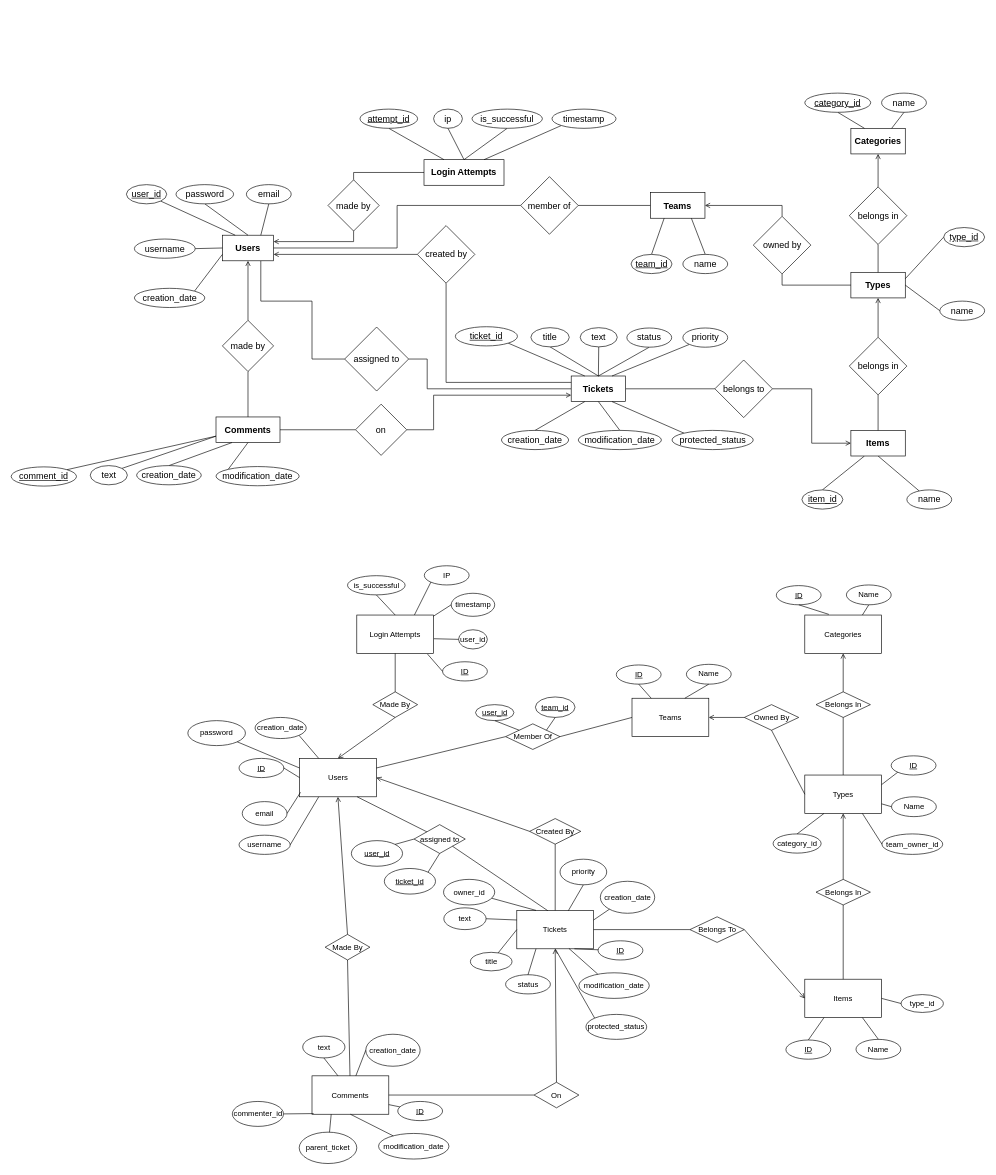
The draw.io diagram docs/ER Diagram/ER Diagram Draft.drawio in CS157-26/CS157-26, before the edit. Source tidied: cells renumbered, new cells numbered last; positions are measured from the earlier drawing's top-left corner, leaving out a move shared by most shapes. Both pictures are drawn from the tidied source at 64%, with x=0, y=0 at pixel (11, 93).
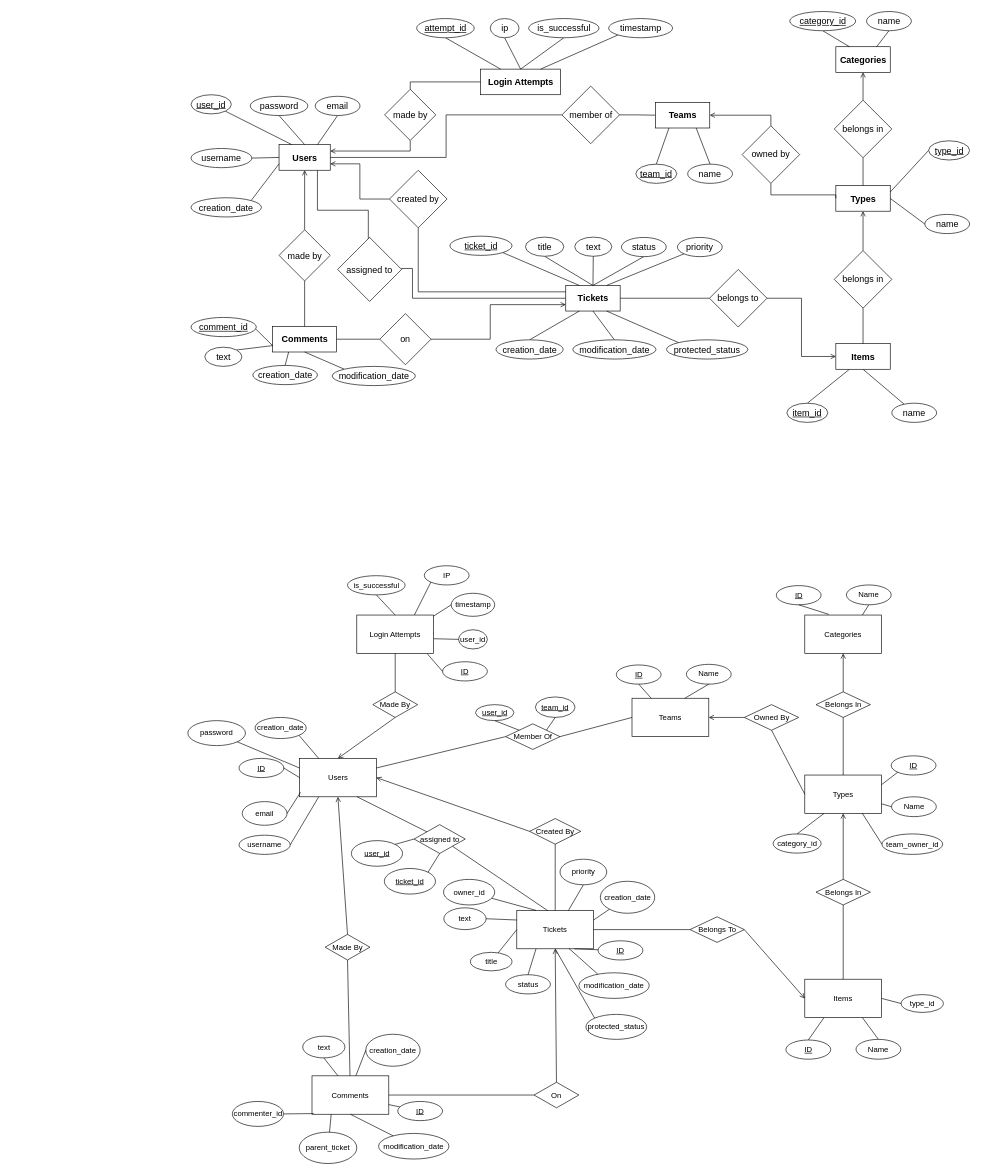
The same page after the edit.

Commit message:
small tweaks to layout

Change to the diagram source:
```diff
@@
     <mxCell id="120" style="edgeStyle=orthogonalEdgeStyle;rounded=0;jettySize=auto;html=1;exitX=1;exitY=0.25;exitDx=0;exitDy=0;entryX=0.5;entryY=1;entryDx=0;entryDy=0;endArrow=none;endFill=0;fontSize=14;startArrow=open;startFill=0;" parent="1" edge="1" source="122" target="143">
       <mxGeometry relative="1" as="geometry">
         <Array as="points">
-          <mxPoint x="535" y="232" />
+          <mxPoint x="623.5" y="90.5" />
         </Array>
       </mxGeometry>
     </mxCell>
-    <mxCell id="121" style="edgeStyle=orthogonalEdgeStyle;rounded=0;jettySize=auto;html=1;exitX=0.75;exitY=1;exitDx=0;exitDy=0;entryX=0;entryY=0.5;entryDx=0;entryDy=0;startArrow=none;startFill=0;endArrow=none;endFill=0;fontSize=14;" parent="1" edge="1" source="122" target="157">
+    <mxCell id="121" style="edgeStyle=orthogonalEdgeStyle;rounded=0;jettySize=auto;html=1;exitX=0.75;exitY=1;exitDx=0;exitDy=0;entryX=0.5;entryY=0;entryDx=0;entryDy=0;startArrow=none;startFill=0;endArrow=none;endFill=0;fontSize=14;" parent="1" edge="1" source="122" target="157">
       <mxGeometry relative="1" as="geometry">
         <Array as="points">
-          <mxPoint x="390" y="325" />
-          <mxPoint x="470" y="325" />
-          <mxPoint x="470" y="416" />
+          <mxPoint x="478" y="183" />
+          <mxPoint x="558" y="183" />
+          <mxPoint x="558" y="274" />
+          <mxPoint x="560" y="274" />
         </Array>
       </mxGeometry>
     </mxCell>
     <mxCell id="122" value="&lt;b&gt;Users&lt;/b&gt;" style="rounded=0;whiteSpace=wrap;html=1;fontSize=14;" parent="1" vertex="1">
-      <mxGeometry x="330" y="222" width="80" height="40" as="geometry" />
+      <mxGeometry x="418.5" y="80.5" width="80" height="40" as="geometry" />
     </mxCell>
@@
     <mxCell id="124" value="user_id" style="ellipse;whiteSpace=wrap;html=1;fontSize=14;fontStyle=4;" parent="1" vertex="1">
-      <mxGeometry x="180" y="143" width="63" height="30" as="geometry" />
+      <mxGeometry x="281" y="2.5" width="63" height="30" as="geometry" />
     </mxCell>
@@
     <mxCell id="126" value="password" style="ellipse;whiteSpace=wrap;html=1;fontSize=14;fontStyle=0;" parent="1" vertex="1">
-      <mxGeometry x="257.5" y="143" width="90" height="30" as="geometry" />
+      <mxGeometry x="373.5" y="5" width="90" height="30" as="geometry" />
     </mxCell>
@@
     <mxCell id="128" value="email" style="ellipse;whiteSpace=wrap;html=1;fontSize=14;fontStyle=0;" parent="1" vertex="1">
-      <mxGeometry x="367.5" y="143" width="70" height="30" as="geometry" />
+      <mxGeometry x="475" y="5" width="70" height="30" as="geometry" />
     </mxCell>
@@
     <mxCell id="130" value="username" style="ellipse;whiteSpace=wrap;html=1;fontSize=14;fontStyle=0;" parent="1" vertex="1">
-      <mxGeometry x="192.5" y="228" width="95" height="30" as="geometry" />
+      <mxGeometry x="281" y="86.5" width="95" height="30" as="geometry" />
     </mxCell>
@@
     <mxCell id="132" value="creation_date" style="ellipse;whiteSpace=wrap;html=1;fontSize=14;fontStyle=0;" parent="1" vertex="1">
-      <mxGeometry x="192.5" y="305" width="110" height="30" as="geometry" />
+      <mxGeometry x="281" y="163.5" width="110" height="30" as="geometry" />
     </mxCell>
     <mxCell id="133" value="Login Attempts" style="rounded=0;whiteSpace=wrap;html=1;fontSize=14;fontStyle=1;" parent="1" vertex="1">
-      <mxGeometry x="645" y="104" width="125" height="40" as="geometry" />
+      <mxGeometry x="733.5" y="-37.5" width="125" height="40" as="geometry" />
     </mxCell>
@@
     <mxCell id="135" value="is_successful" style="ellipse;whiteSpace=wrap;html=1;fontSize=14;fontStyle=0;" parent="1" vertex="1">
-      <mxGeometry x="720" y="25" width="110" height="30" as="geometry" />
+      <mxGeometry x="808.5" y="-116.5" width="110" height="30" as="geometry" />
     </mxCell>
@@
     <mxCell id="137" value="ip" style="ellipse;whiteSpace=wrap;html=1;fontSize=14;fontStyle=0;" parent="1" vertex="1">
-      <mxGeometry x="660" y="25" width="45" height="30" as="geometry" />
+      <mxGeometry x="748.5" y="-116.5" width="45" height="30" as="geometry" />
     </mxCell>
@@
     <mxCell id="139" value="timestamp" style="ellipse;whiteSpace=wrap;html=1;fontSize=14;fontStyle=0;" parent="1" vertex="1">
-      <mxGeometry x="845" y="25" width="100" height="30" as="geometry" />
+      <mxGeometry x="933.5" y="-116.5" width="100" height="30" as="geometry" />
     </mxCell>
@@
     <mxCell id="141" value="attempt_id" style="ellipse;whiteSpace=wrap;html=1;fontSize=14;fontStyle=4;" parent="1" vertex="1">
-      <mxGeometry x="545" y="25" width="90" height="30" as="geometry" />
+      <mxGeometry x="633.5" y="-116.5" width="90" height="30" as="geometry" />
     </mxCell>
     <mxCell id="142" style="edgeStyle=orthogonalEdgeStyle;rounded=0;jettySize=auto;html=1;exitX=0.5;exitY=0;exitDx=0;exitDy=0;entryX=0;entryY=0.5;entryDx=0;entryDy=0;endArrow=none;endFill=0;fontSize=14;" parent="1" edge="1" source="143" target="133">
       <mxGeometry relative="1" as="geometry">
         <Array as="points">
-          <mxPoint x="535" y="124" />
+          <mxPoint x="623.5" y="-17.5" />
         </Array>
       </mxGeometry>
     </mxCell>
     <mxCell id="143" value="made by" style="rhombus;whiteSpace=wrap;html=1;fontSize=14;" parent="1" vertex="1">
-      <mxGeometry x="495" y="135.5" width="80" height="80" as="geometry" />
+      <mxGeometry x="583.5" y="-6" width="80" height="80" as="geometry" />
     </mxCell>
     <mxCell id="144" value="&lt;b&gt;Comments&lt;/b&gt;" style="rounded=0;whiteSpace=wrap;html=1;fontSize=14;" parent="1" vertex="1">
-      <mxGeometry x="320" y="506" width="100" height="40" as="geometry" />
+      <mxGeometry x="408.5" y="364.5" width="100" height="40" as="geometry" />
     </mxCell>
@@
     <mxCell id="147" value="made by" style="rhombus;whiteSpace=wrap;html=1;fontSize=14;" parent="1" vertex="1">
-      <mxGeometry x="330" y="355" width="80" height="80" as="geometry" />
+      <mxGeometry x="418.5" y="213.5" width="80" height="80" as="geometry" />
     </mxCell>
@@
     <mxCell id="149" value="&lt;u&gt;comment_id&lt;/u&gt;" style="ellipse;whiteSpace=wrap;html=1;fontSize=14;fontStyle=0;" parent="1" vertex="1">
-      <mxGeometry y="584" width="102" height="30" as="geometry" />
+      <mxGeometry x="281" y="350.5" width="102" height="30" as="geometry" />
     </mxCell>
@@
     <mxCell id="151" value="text" style="ellipse;whiteSpace=wrap;html=1;fontSize=14;fontStyle=0;" parent="1" vertex="1">
-      <mxGeometry x="123.5" y="582" width="58" height="30" as="geometry" />
+      <mxGeometry x="302.5" y="397" width="58" height="30" as="geometry" />
     </mxCell>
@@
     <mxCell id="153" value="creation_date" style="ellipse;whiteSpace=wrap;html=1;fontSize=14;fontStyle=0;" parent="1" vertex="1">
-      <mxGeometry x="196" y="582" width="101" height="30" as="geometry" />
+      <mxGeometry x="377.5" y="425.5" width="101" height="30" as="geometry" />
     </mxCell>
@@
     <mxCell id="155" value="modification_date" style="ellipse;whiteSpace=wrap;html=1;fontSize=14;fontStyle=0;" parent="1" vertex="1">
-      <mxGeometry x="320" y="583.5" width="130" height="30" as="geometry" />
+      <mxGeometry x="501.5" y="427" width="130" height="30" as="geometry" />
     </mxCell>
     <mxCell id="156" style="edgeStyle=orthogonalEdgeStyle;rounded=0;jettySize=auto;html=1;exitX=1;exitY=0.5;exitDx=0;exitDy=0;entryX=0;entryY=0.5;entryDx=0;entryDy=0;startArrow=none;startFill=0;endArrow=none;endFill=0;fontSize=14;" parent="1" edge="1" source="157" target="159">
       <mxGeometry relative="1" as="geometry">
         <Array as="points">
-          <mxPoint x="650" y="416" />
-          <mxPoint x="650" y="462" />
+          <mxPoint x="610" y="274" />
+          <mxPoint x="627" y="274" />
+          <mxPoint x="627" y="320" />
         </Array>
       </mxGeometry>
     </mxCell>
     <mxCell id="157" value="assigned to" style="rhombus;whiteSpace=wrap;html=1;fontSize=14;" parent="1" vertex="1">
-      <mxGeometry x="521" y="365.5" width="100" height="100" as="geometry" />
+      <mxGeometry x="510" y="225.5" width="100" height="100" as="geometry" />
     </mxCell>
@@
     <mxCell id="159" value="&lt;b&gt;Tickets&lt;/b&gt;" style="rounded=0;whiteSpace=wrap;html=1;fontSize=14;" parent="1" vertex="1">
-      <mxGeometry x="875" y="442" width="85" height="40" as="geometry" />
+      <mxGeometry x="866.5" y="300.5" width="85" height="40" as="geometry" />
     </mxCell>
@@
     <mxCell id="161" value="ticket_id" style="ellipse;whiteSpace=wrap;html=1;fontSize=14;fontStyle=4;" parent="1" vertex="1">
-      <mxGeometry x="694" y="365" width="97" height="30" as="geometry" />
+      <mxGeometry x="685.5" y="223.5" width="97" height="30" as="geometry" />
     </mxCell>
@@
     <mxCell id="163" value="text" style="ellipse;whiteSpace=wrap;html=1;fontSize=14;fontStyle=0;" parent="1" vertex="1">
-      <mxGeometry x="889" y="366.5" width="58" height="30" as="geometry" />
+      <mxGeometry x="880.5" y="225" width="58" height="30" as="geometry" />
     </mxCell>
@@
     <mxCell id="165" value="title" style="ellipse;whiteSpace=wrap;html=1;fontSize=14;fontStyle=0;" parent="1" vertex="1">
-      <mxGeometry x="812" y="366.5" width="60" height="30" as="geometry" />
+      <mxGeometry x="803.5" y="225" width="60" height="30" as="geometry" />
     </mxCell>
@@
     <mxCell id="167" value="status" style="ellipse;whiteSpace=wrap;html=1;fontSize=14;fontStyle=0;" parent="1" vertex="1">
-      <mxGeometry x="962" y="367" width="70" height="30" as="geometry" />
+      <mxGeometry x="953.5" y="225.5" width="70" height="30" as="geometry" />
     </mxCell>
@@
     <mxCell id="169" value="modification_date" style="ellipse;whiteSpace=wrap;html=1;fontSize=14;fontStyle=0;" parent="1" vertex="1">
-      <mxGeometry x="886" y="527" width="130" height="30" as="geometry" />
+      <mxGeometry x="877.5" y="385.5" width="130" height="30" as="geometry" />
     </mxCell>
@@
     <mxCell id="171" value="priority" style="ellipse;whiteSpace=wrap;html=1;fontSize=14;fontStyle=0;" parent="1" vertex="1">
-      <mxGeometry x="1049.5" y="367" width="70" height="30" as="geometry" />
+      <mxGeometry x="1041" y="225.5" width="70" height="30" as="geometry" />
     </mxCell>
@@
     <mxCell id="173" value="creation_date" style="ellipse;whiteSpace=wrap;html=1;fontSize=14;fontStyle=0;" parent="1" vertex="1">
-      <mxGeometry x="766" y="527" width="105" height="30" as="geometry" />
+      <mxGeometry x="757.5" y="385.5" width="105" height="30" as="geometry" />
     </mxCell>
@@
     <mxCell id="175" value="protected_status" style="ellipse;whiteSpace=wrap;html=1;fontSize=14;fontStyle=0;" parent="1" vertex="1">
-      <mxGeometry x="1032.5" y="527" width="127" height="30" as="geometry" />
+      <mxGeometry x="1024" y="385.5" width="127" height="30" as="geometry" />
     </mxCell>
@@
     <mxCell id="178" value="created by" style="rhombus;whiteSpace=wrap;html=1;fontSize=14;" parent="1" vertex="1">
-      <mxGeometry x="634.5" y="207" width="90" height="90" as="geometry" />
+      <mxGeometry x="591" y="120.5" width="90" height="90" as="geometry" />
     </mxCell>
     <mxCell id="179" style="edgeStyle=orthogonalEdgeStyle;rounded=0;jettySize=auto;html=1;exitX=1;exitY=0.5;exitDx=0;exitDy=0;entryX=0;entryY=0.75;entryDx=0;entryDy=0;startArrow=none;startFill=0;endArrow=open;endFill=0;fontSize=14;" parent="1" edge="1" source="181" target="159">
       <mxGeometry relative="1" as="geometry">
         <Array as="points">
-          <mxPoint x="660" y="526" />
-          <mxPoint x="660" y="472" />
+          <mxPoint x="748.5" y="384.5" />
+          <mxPoint x="748.5" y="330.5" />
         </Array>
       </mxGeometry>
     </mxCell>
@@
     <mxCell id="181" value="on" style="rhombus;whiteSpace=wrap;html=1;fontSize=14;" parent="1" vertex="1">
-      <mxGeometry x="538" y="486" width="80" height="80" as="geometry" />
+      <mxGeometry x="576" y="344.5" width="80" height="80" as="geometry" />
     </mxCell>
@@
     <mxCell id="184" value="member of" style="rhombus;whiteSpace=wrap;html=1;fontSize=14;" parent="1" vertex="1">
-      <mxGeometry x="796" y="130.5" width="90" height="90" as="geometry" />
+      <mxGeometry x="860.5" y="-11" width="90" height="90" as="geometry" />
     </mxCell>
     <mxCell id="185" value="&lt;b&gt;Teams&lt;/b&gt;" style="rounded=0;whiteSpace=wrap;html=1;fontSize=14;" parent="1" vertex="1">
-      <mxGeometry x="999" y="155.5" width="85" height="40" as="geometry" />
+      <mxGeometry x="1006.5" y="14.5" width="85" height="40" as="geometry" />
     </mxCell>
@@
     <mxCell id="187" value="name" style="ellipse;whiteSpace=wrap;html=1;fontSize=14;fontStyle=0;" parent="1" vertex="1">
-      <mxGeometry x="1049.5" y="252" width="70" height="30" as="geometry" />
+      <mxGeometry x="1057" y="111" width="70" height="30" as="geometry" />
     </mxCell>
@@
     <mxCell id="189" value="team_id" style="ellipse;whiteSpace=wrap;html=1;fontSize=14;fontStyle=4;" parent="1" vertex="1">
-      <mxGeometry x="968.5" y="252" width="64" height="30" as="geometry" />
+      <mxGeometry x="976" y="111" width="64" height="30" as="geometry" />
     </mxCell>
@@
     <mxCell id="191" value="Categories" style="rounded=0;whiteSpace=wrap;html=1;fontSize=14;fontStyle=1;" parent="1" vertex="1">
-      <mxGeometry x="1312" y="55" width="85" height="40" as="geometry" />
+      <mxGeometry x="1288.5" y="-72.5" width="85" height="40" as="geometry" />
     </mxCell>
     <mxCell id="192" value="Types" style="rounded=0;whiteSpace=wrap;html=1;fontSize=14;fontStyle=1;" parent="1" vertex="1">
-      <mxGeometry x="1312" y="280" width="85" height="40" as="geometry" />
+      <mxGeometry x="1288.5" y="144.5" width="85" height="40" as="geometry" />
     </mxCell>
@@
     <mxCell id="195" value="Items" style="rounded=0;whiteSpace=wrap;html=1;fontSize=14;fontStyle=1;" parent="1" vertex="1">
-      <mxGeometry x="1312" y="527" width="85" height="40" as="geometry" />
+      <mxGeometry x="1288.5" y="391.5" width="85" height="40" as="geometry" />
     </mxCell>
@@
     <mxCell id="197" value="name" style="ellipse;whiteSpace=wrap;html=1;fontSize=14;fontStyle=0;" parent="1" vertex="1">
-      <mxGeometry x="1360" width="70" height="30" as="geometry" />
+      <mxGeometry x="1336.5" y="-127.5" width="70" height="30" as="geometry" />
     </mxCell>
@@
     <mxCell id="199" value="category_id" style="ellipse;whiteSpace=wrap;html=1;fontSize=14;fontStyle=4;" parent="1" vertex="1">
-      <mxGeometry x="1240" width="103" height="30" as="geometry" />
+      <mxGeometry x="1216.5" y="-127.5" width="103" height="30" as="geometry" />
     </mxCell>
@@
     <mxCell id="202" value="belongs in" style="rhombus;whiteSpace=wrap;html=1;fontSize=14;" parent="1" vertex="1">
-      <mxGeometry x="1309.5" y="381.5" width="90" height="90" as="geometry" />
+      <mxGeometry x="1286" y="246" width="90" height="90" as="geometry" />
     </mxCell>
     <mxCell id="203" style="edgeStyle=orthogonalEdgeStyle;rounded=0;jettySize=auto;html=1;exitX=0.5;exitY=0;exitDx=0;exitDy=0;entryX=1;entryY=0.5;entryDx=0;entryDy=0;startArrow=none;startFill=0;endArrow=open;endFill=0;fontSize=14;" parent="1" edge="1" source="205" target="185">
       <mxGeometry relative="1" as="geometry">
         <Array as="points">
-          <mxPoint x="1205" y="176" />
+          <mxPoint x="1187" y="34" />
         </Array>
       </mxGeometry>
     </mxCell>
     <mxCell id="204" style="edgeStyle=orthogonalEdgeStyle;rounded=0;jettySize=auto;html=1;exitX=0.5;exitY=1;exitDx=0;exitDy=0;entryX=0;entryY=0.5;entryDx=0;entryDy=0;startArrow=none;startFill=0;endArrow=none;endFill=0;fontSize=14;" parent="1" edge="1" source="205" target="192">
       <mxGeometry relative="1" as="geometry">
         <Array as="points">
-          <mxPoint x="1205" y="300" />
+          <mxPoint x="1187" y="159" />
         </Array>
       </mxGeometry>
     </mxCell>
     <mxCell id="205" value="owned by" style="rhombus;whiteSpace=wrap;html=1;fontSize=14;" parent="1" vertex="1">
-      <mxGeometry x="1159.5" y="192.5" width="90" height="90" as="geometry" />
+      <mxGeometry x="1142" y="51" width="90" height="90" as="geometry" />
     </mxCell>
     <mxCell id="206" value="name" style="ellipse;whiteSpace=wrap;html=1;fontSize=14;fontStyle=0;" parent="1" vertex="1">
-      <mxGeometry x="1399.5" y="620" width="70" height="30" as="geometry" />
+      <mxGeometry x="1376" y="484.5" width="70" height="30" as="geometry" />
     </mxCell>
     <mxCell id="207" value="item_id" style="ellipse;whiteSpace=wrap;html=1;fontSize=14;fontStyle=4;" parent="1" vertex="1">
-      <mxGeometry x="1235.5" y="620" width="64" height="30" as="geometry" />
+      <mxGeometry x="1212" y="484.5" width="64" height="30" as="geometry" />
     </mxCell>
@@
     <mxCell id="209" value="belongs to" style="rhombus;whiteSpace=wrap;html=1;fontSize=14;" parent="1" vertex="1">
-      <mxGeometry x="1099.5" y="417" width="90" height="90" as="geometry" />
+      <mxGeometry x="1091" y="275.5" width="90" height="90" as="geometry" />
     </mxCell>
@@
     <mxCell id="211" value="name" style="ellipse;whiteSpace=wrap;html=1;fontSize=14;fontStyle=0;" parent="1" vertex="1">
-      <mxGeometry x="1451" y="325" width="70" height="30" as="geometry" />
+      <mxGeometry x="1427.5" y="189.5" width="70" height="30" as="geometry" />
     </mxCell>
@@
     <mxCell id="213" value="type_id" style="ellipse;whiteSpace=wrap;html=1;fontSize=14;fontStyle=4;" parent="1" vertex="1">
-      <mxGeometry x="1457" y="210" width="64" height="30" as="geometry" />
+      <mxGeometry x="1433.5" y="74.5" width="64" height="30" as="geometry" />
     </mxCell>
@@
     <mxCell id="215" value="belongs in" style="rhombus;whiteSpace=wrap;html=1;fontSize=14;" parent="1" vertex="1">
-      <mxGeometry x="1309.5" y="146.5" width="90" height="90" as="geometry" />
+      <mxGeometry x="1286" y="11" width="90" height="90" as="geometry" />
     </mxCell>
```
